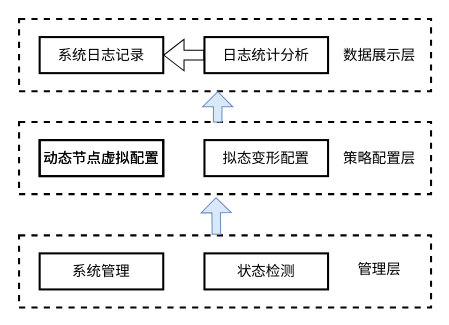
The draw.io diagram 管理平台子系统架构图.drawio in qiuqiu1234/my-test-pro, before the edit. Source tidied: cells renumbered, new cells numbered last; positions are measured from the earlier drawing's top-left corner, leaving out a move shared by most shapes. Both pictures are drawn from the tidied source at 103%, with x=0, y=0 at pixel (19, 19).
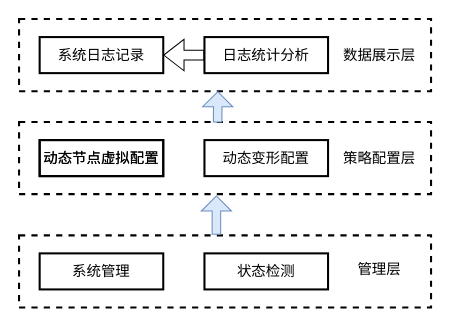
Above is the later version.

Commit message (it also covers changes not shown here):
更新管理平台子系统架构图.drawio

Diff of the diagram source:
```diff
@@
 <mxGraphModel>
   <root>
     <mxCell id="0" />
     <mxCell id="1" parent="0" />
     <mxCell id="2" style="rounded=0;whiteSpace=wrap;html=1;fillColor=none;dashed=1;strokeWidth=2;" parent="1" vertex="1">
       <mxGeometry width="400" height="70" as="geometry" />
     </mxCell>
     <mxCell id="3" value="系统日志记录" style="rounded=0;whiteSpace=wrap;html=1;strokeWidth=2;fillColor=none;fontSize=14;" parent="1" vertex="1">
       <mxGeometry x="20" y="17.5" width="120" height="35" as="geometry" />
     </mxCell>
     <mxCell id="4" value="日志统计分析" style="rounded=0;whiteSpace=wrap;html=1;strokeWidth=2;fillColor=none;fontSize=14;" parent="1" vertex="1">
       <mxGeometry x="180" y="17.5" width="120" height="35" as="geometry" />
     </mxCell>
     <mxCell id="5" value="数据展示层" style="text;html=1;strokeColor=none;fillColor=none;align=center;verticalAlign=middle;whiteSpace=wrap;rounded=0;fontSize=14;" parent="1" vertex="1">
       <mxGeometry x="310" y="20" width="80" height="30" as="geometry" />
     </mxCell>
     <mxCell id="6" style="rounded=0;whiteSpace=wrap;html=1;fillColor=none;dashed=1;strokeWidth=2;" parent="1" vertex="1">
       <mxGeometry y="100" width="400" height="70" as="geometry" />
     </mxCell>
     <mxCell id="7" value="动态节点虚拟配置" style="rounded=0;whiteSpace=wrap;html=1;strokeWidth=2;fillColor=none;fontSize=14;" parent="1" vertex="1">
       <mxGeometry x="20" y="117.5" width="120" height="35" as="geometry" />
     </mxCell>
-    <mxCell id="8" value="拟态变形配置" style="rounded=0;whiteSpace=wrap;html=1;strokeWidth=2;fillColor=none;fontSize=14;" parent="1" vertex="1">
+    <mxCell id="8" value="动态变形配置" style="rounded=0;whiteSpace=wrap;html=1;strokeWidth=2;fillColor=none;fontSize=14;" parent="1" vertex="1">
       <mxGeometry x="180" y="117.5" width="120" height="35" as="geometry" />
     </mxCell>
     <mxCell id="9" value="策略配置层" style="text;html=1;strokeColor=none;fillColor=none;align=center;verticalAlign=middle;whiteSpace=wrap;rounded=0;fontSize=14;" parent="1" vertex="1">
       <mxGeometry x="310" y="120" width="80" height="30" as="geometry" />
     </mxCell>
     <mxCell id="10" style="shape=flexArrow;endArrow=classic;html=1;rounded=0;fontSize=14;exitX=0.512;exitY=0.005;exitDx=0;exitDy=0;exitPerimeter=0;width=8.275862068965518;endSize=4.544827586206897;fillColor=#dae8fc;strokeColor=#6c8ebf;" parent="1" edge="1">
       <mxGeometry relative="1" as="geometry">
         <mxPoint x="192.8" y="100.4" as="sourcePoint" />
         <mxPoint x="193" y="70" as="targetPoint" />
       </mxGeometry>
     </mxCell>
     <mxCell id="11" style="shape=flexArrow;endArrow=classic;html=1;rounded=0;fontSize=14;entryX=1;entryY=0.5;entryDx=0;entryDy=0;exitX=0;exitY=0.5;exitDx=0;exitDy=0;width=9.523809523809524;endSize=6.223809523809524;" parent="1" edge="1" source="4" target="3">
       <mxGeometry relative="1" as="geometry" />
     </mxCell>
     <mxCell id="12" value="动态节点虚拟配置" style="rounded=0;whiteSpace=wrap;html=1;strokeWidth=2;fillColor=none;fontSize=14;" parent="1" vertex="1">
       <mxGeometry x="20" y="117.5" width="120" height="35" as="geometry" />
     </mxCell>
     <mxCell id="13" style="rounded=0;whiteSpace=wrap;html=1;fillColor=none;dashed=1;strokeWidth=2;" parent="1" vertex="1">
       <mxGeometry y="210" width="400" height="70" as="geometry" />
     </mxCell>
     <mxCell id="14" value="系统管理" style="rounded=0;whiteSpace=wrap;html=1;strokeWidth=2;fillColor=none;fontSize=14;" parent="1" vertex="1">
       <mxGeometry x="20" y="227.5" width="120" height="35" as="geometry" />
     </mxCell>
     <mxCell id="15" value="状态检测" style="rounded=0;whiteSpace=wrap;html=1;strokeWidth=2;fillColor=none;fontSize=14;" parent="1" vertex="1">
       <mxGeometry x="180" y="227.5" width="120" height="35" as="geometry" />
     </mxCell>
     <mxCell id="16" value="管理层" style="text;html=1;strokeColor=none;fillColor=none;align=center;verticalAlign=middle;whiteSpace=wrap;rounded=0;fontSize=14;" parent="1" vertex="1">
       <mxGeometry x="310" y="227.5" width="80" height="30" as="geometry" />
     </mxCell>
-    <mxCell id="17" style="shape=flexArrow;endArrow=classic;html=1;rounded=0;fontSize=14;exitX=0.479;exitY=-0.009;exitDx=0;exitDy=0;exitPerimeter=0;width=8.275862068965518;endSize=4.544827586206897;fillColor=#dae8fc;strokeColor=#6c8ebf;entryX=0.478;entryY=1.041;entryDx=0;entryDy=0;entryPerimeter=0;" parent="1" edge="1" source="13" target="6">
+    <mxCell id="17" style="shape=flexArrow;endArrow=classic;html=1;rounded=0;fontSize=14;exitX=0.479;exitY=-0.009;exitDx=0;exitDy=0;exitPerimeter=0;width=8.275862068965518;endSize=4.544827586206897;fillColor=#dae8fc;strokeColor=#6c8ebf;entryX=0.479;entryY=1.018;entryDx=0;entryDy=0;entryPerimeter=0;" parent="1" edge="1" source="13" target="6">
       <mxGeometry relative="1" as="geometry" />
     </mxCell>
   </root>
 </mxGraphModel>
```
